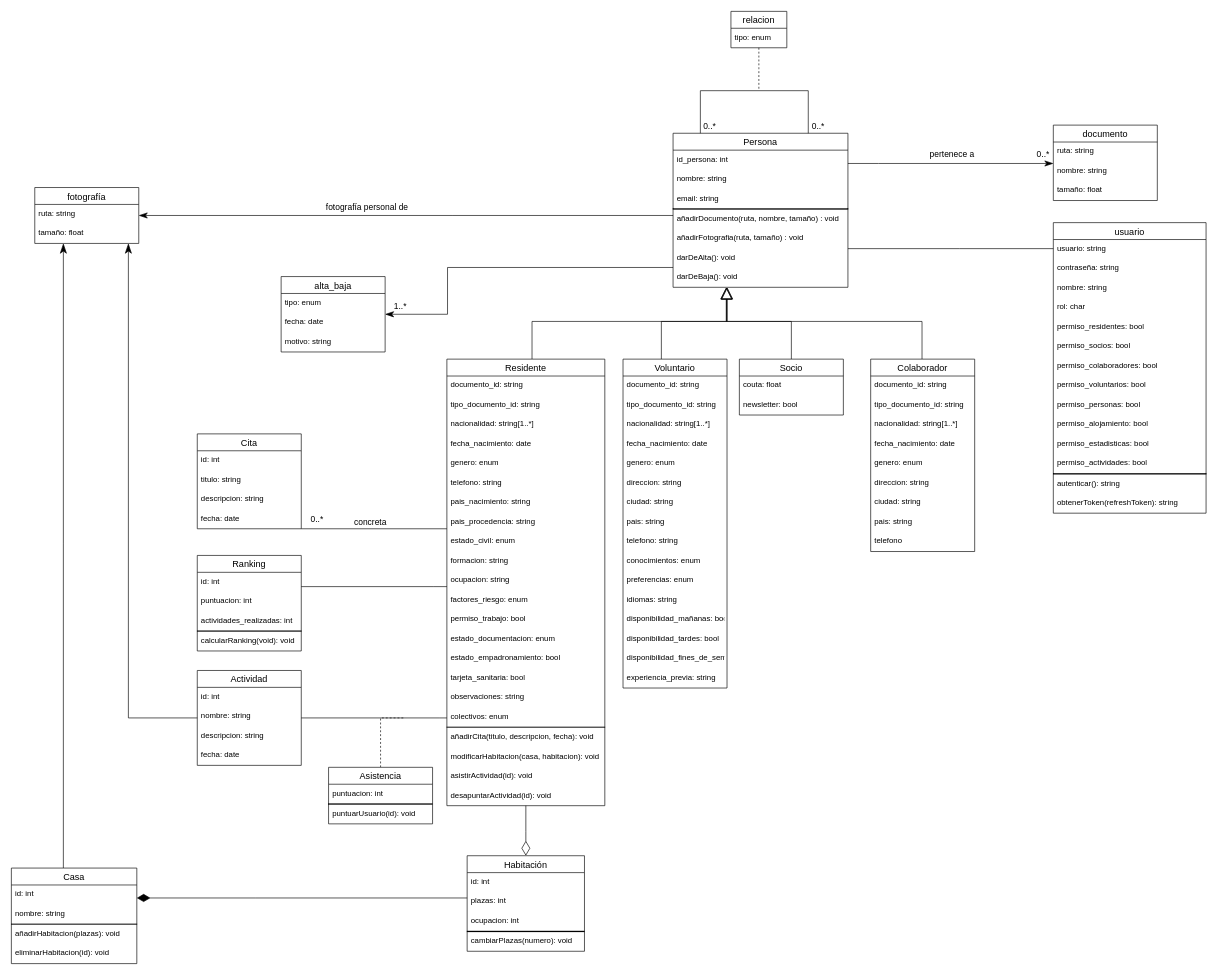
corderop/TFG keeps this draw.io diagram as diseno/sistema/DiagramaDeClases.drawio. Above is the earlier version. Source tidied: cells renumbered, new cells numbered last; positions are measured from the earlier drawing's top-left corner, leaving out a move shared by most shapes. Both pictures are drawn from the tidied source at 65%, with x=0, y=0 at pixel (11, 11).
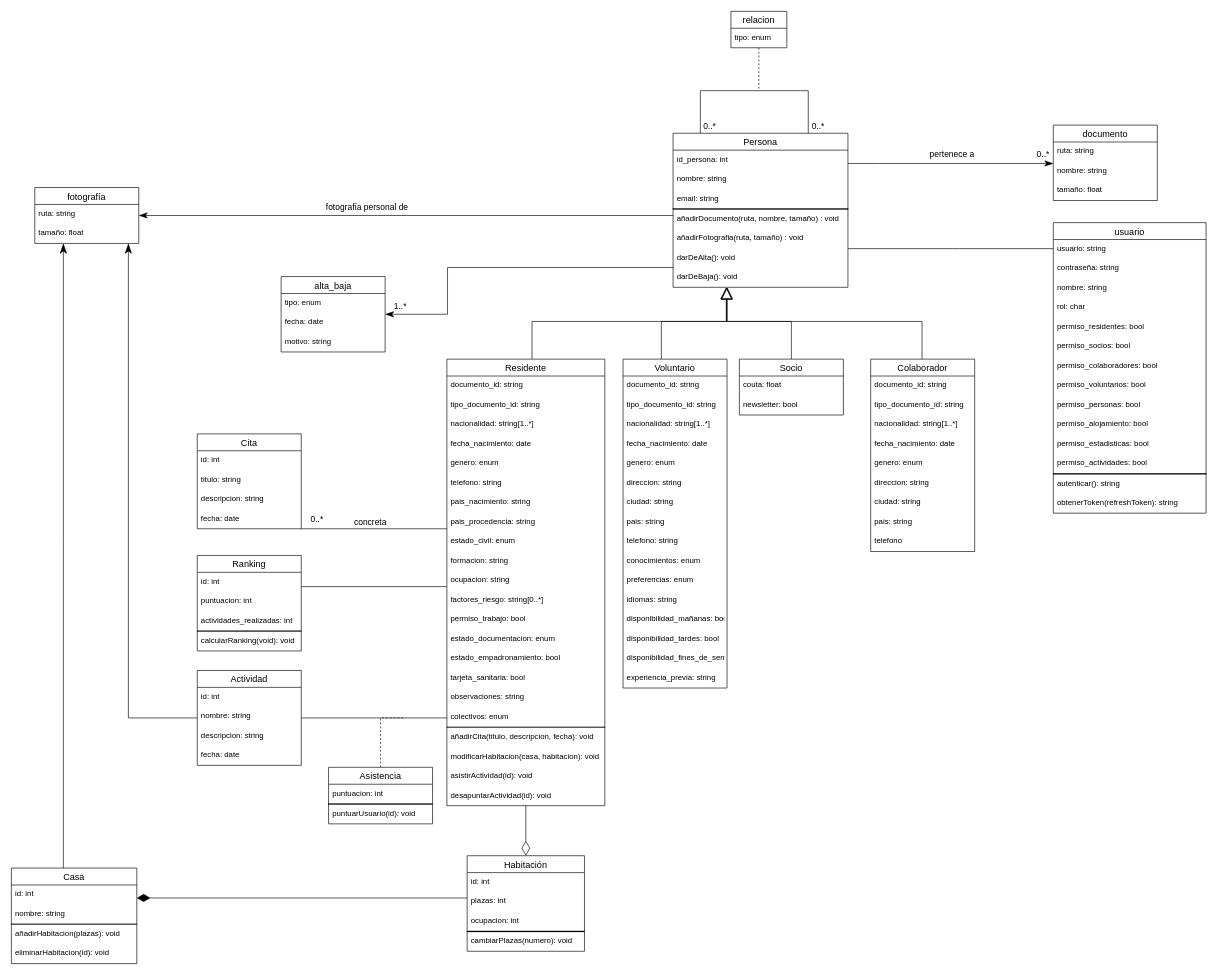
Above is the later version.

Commit message (it also covers changes not shown here):
diseno: 🐛 Factor de riesgo a un objeto separado

Unchanged cells that the change refers to:
```xml
<mxCell id="49" value="Residente" style="swimlane;fontStyle=0;horizontal=1;startSize=26;align=center;fontSize=14;" parent="1" vertex="1">
  <mxGeometry x="670" y="535" width="243" height="687" as="geometry" />
</mxCell>
```

Change to the diagram source:
```diff
@@
-    <mxCell id="61" value="factores_riesgo: enum" style="text;strokeColor=none;fillColor=none;spacingLeft=4;spacingRight=4;overflow=hidden;fontSize=12;" parent="49" vertex="1">
+    <mxCell id="61" value="factores_riesgo: string[0..*]" style="text;strokeColor=none;fillColor=none;spacingLeft=4;spacingRight=4;overflow=hidden;fontSize=12;" parent="49" vertex="1">
       <mxGeometry y="356" width="243" height="30" as="geometry" />
     </mxCell>
```
